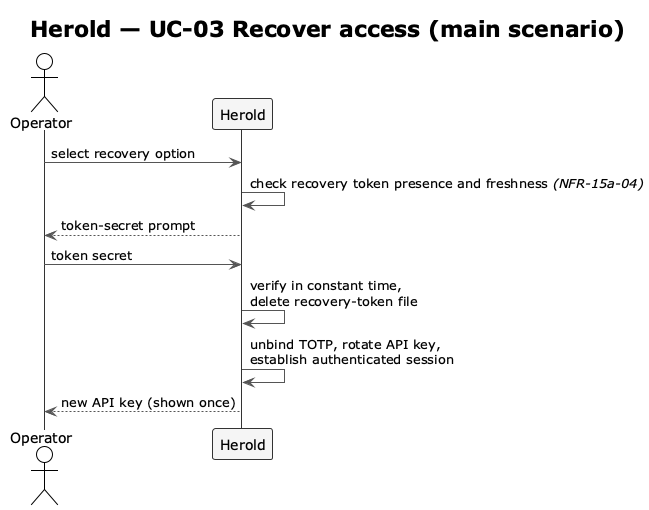
Before: docs/spec/diagrams-png/f2-uc03-recover-access.png, a diagram exported from PlantUML (carstenlucke/herold).
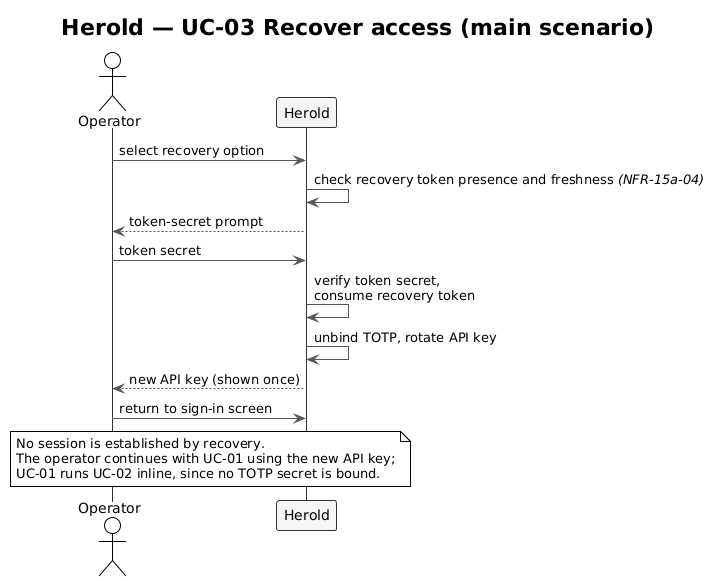
Later version of the same file.

The edit, as a diff of the source:
```diff
@@ -18,8 +18,11 @@
 SYS --> OP  : token-secret prompt
 
 OP  ->  SYS : token secret
-SYS ->  SYS : verify in constant time,\ndelete recovery-token file
-SYS ->  SYS : unbind TOTP, rotate API key,\nestablish authenticated session
+SYS ->  SYS : verify token secret,\nconsume recovery token
+SYS ->  SYS : unbind TOTP, rotate API key
 SYS --> OP  : new API key (shown once)
+OP  ->  SYS : return to sign-in screen
+
+note over OP, SYS : No session is established by recovery.\nThe operator continues with UC-01 using the new API key;\nUC-01 runs UC-02 inline, since no TOTP secret is bound.
 
 @enduml
```
